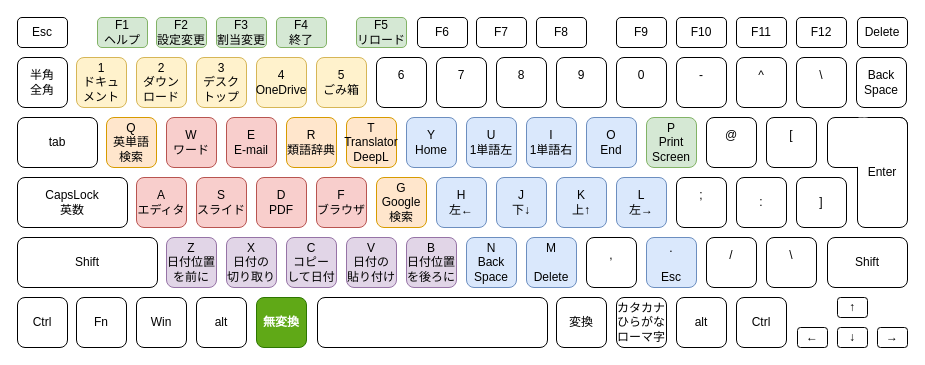
kimushun1101/muhenkan-switch keeps this draw.io diagram as img/keyboard.drawio. Above is the earlier version. Source tidied: cells renumbered, new cells numbered last; positions are measured from the earlier drawing's top-left corner, leaving out a move shared by most shapes. Both pictures are drawn from the tidied source at 100%, with x=0, y=0 at pixel (17, 17).
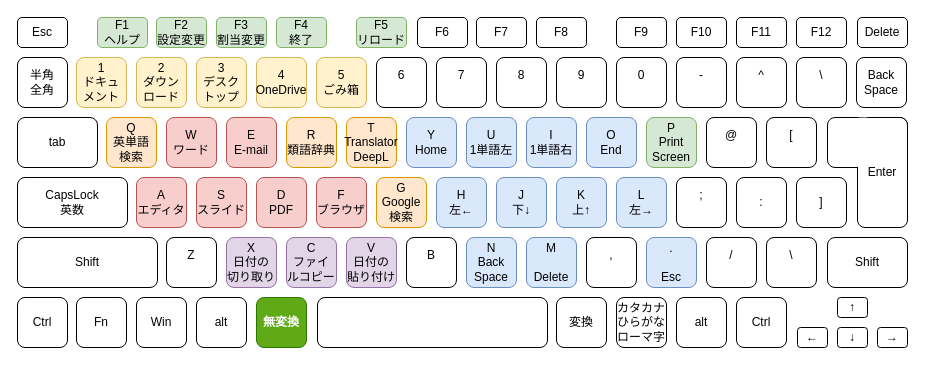
After the change.

Commit message (it also covers changes not shown here):
DEL ZB functions

Change to the diagram source:
```diff
@@
-    <mxCell id="6" value="Z&lt;br&gt;日付位置を前に" style="rounded=1;whiteSpace=wrap;html=1;fillColor=#e1d5e7;strokeColor=#9673a6;" parent="1" vertex="1">
+    <mxCell id="6" value="Z&lt;br&gt;&lt;br&gt;" style="rounded=1;whiteSpace=wrap;html=1;" parent="1" vertex="1">
       <mxGeometry x="149" y="220" width="50" height="50" as="geometry" />
     </mxCell>
@@
-    <mxCell id="8" value="C&lt;br&gt;コピーして日付" style="rounded=1;whiteSpace=wrap;html=1;fillColor=#e1d5e7;strokeColor=#9673a6;" parent="1" vertex="1">
+    <mxCell id="8" value="C&lt;br&gt;ファイルコピー" style="rounded=1;whiteSpace=wrap;html=1;fillColor=#e1d5e7;strokeColor=#9673a6;" parent="1" vertex="1">
       <mxGeometry x="269" y="220" width="50" height="50" as="geometry" />
     </mxCell>
@@
-    <mxCell id="40" value="B&lt;br&gt;日付位置を後ろに" style="rounded=1;whiteSpace=wrap;html=1;fillColor=#e1d5e7;strokeColor=#9673a6;" parent="1" vertex="1">
+    <mxCell id="40" value="B&lt;br&gt;&lt;br&gt;" style="rounded=1;whiteSpace=wrap;html=1;" parent="1" vertex="1">
       <mxGeometry x="389" y="220" width="50" height="50" as="geometry" />
     </mxCell>
```
